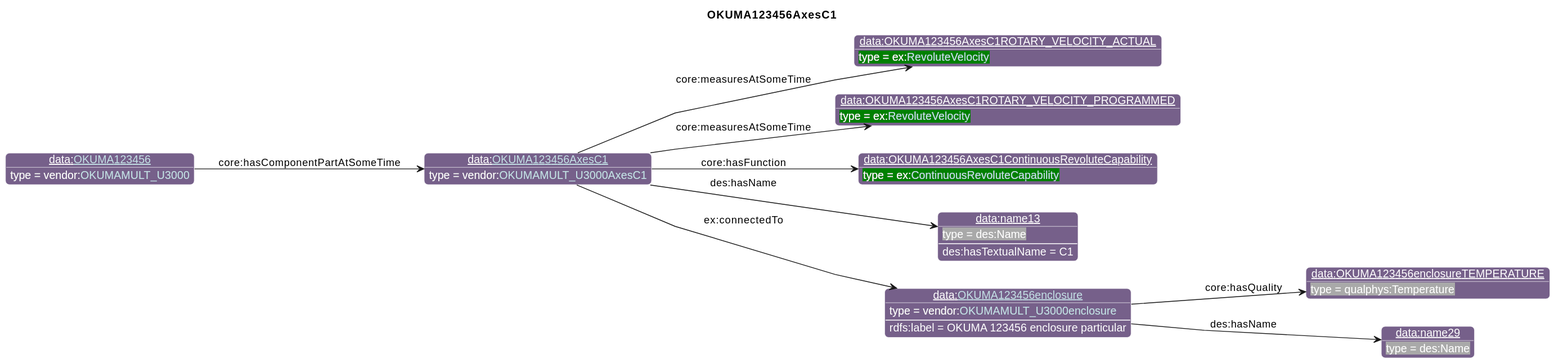
Earlier version of the PlantUML export diagrams/OKUMA123456AxesC1.svg (iofoundry/example-syseng-mtconnect).
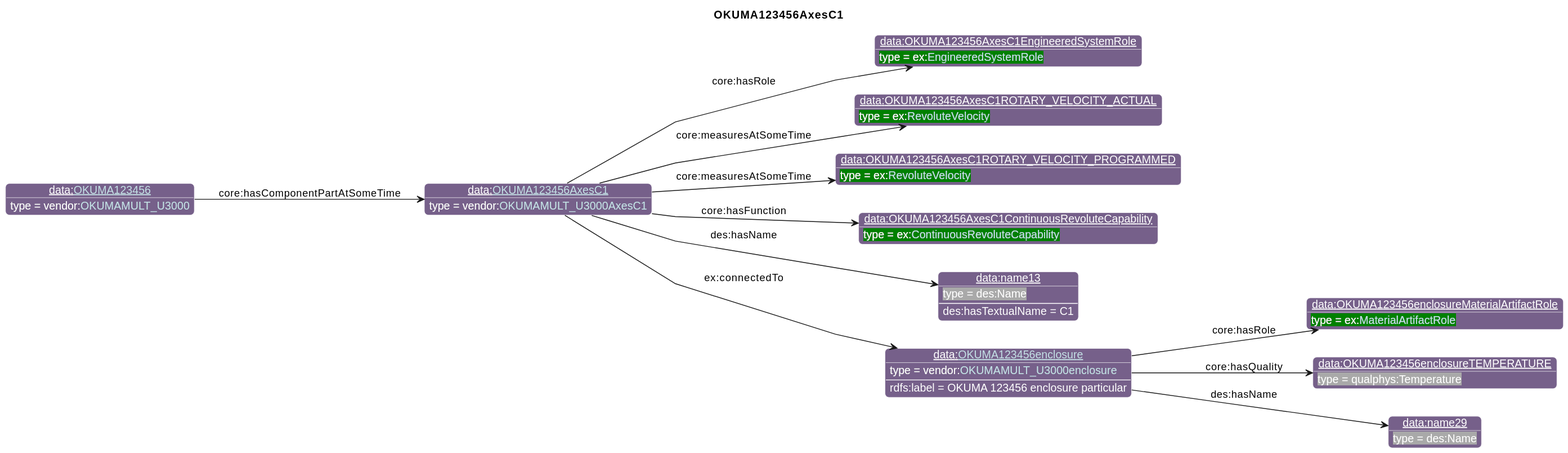
After the change.

Diff of the diagram source:
```diff
@@ -26,22 +26,26 @@
                       "qp":"641B2E"
       }
 individual(o0, data:[[./OKUMA123456AxesC1.html OKUMA123456AxesC1]], vendor:[[../OKUMA.html#OKUMAMULT_U3000AxesC1 OKUMAMULT_U3000AxesC1]])
-individual(o1, data:OKUMA123456AxesC1ROTARY_VELOCITY_ACTUAL, ex:[[../Example.html#RevoluteVelocity RevoluteVelocity]])
-individual(o2, data:OKUMA123456AxesC1ROTARY_VELOCITY_PROGRAMMED, ex:[[../Example.html#RevoluteVelocity RevoluteVelocity]])
-individual(o3, data:OKUMA123456AxesC1ContinuousRevoluteCapability, ex:[[../Example.html#ContinuousRevoluteCapability ContinuousRevoluteCapability]])
-individual(o4, data:name13, des:Name)
-individual(o5, data:[[./OKUMA123456enclosure.html OKUMA123456enclosure]], vendor:[[../OKUMA.html#OKUMAMULT_U3000enclosure OKUMAMULT_U3000enclosure]])
-individual(o6, data:OKUMA123456enclosureTEMPERATURE, qualphys:Temperature)
-individual(o7, data:name29, des:Name)
-individual(o8, data:[[./OKUMA123456.html OKUMA123456]], vendor:[[../OKUMA.html#OKUMAMULT_U3000 OKUMAMULT_U3000]])
-property(o0, "core:measuresAtSomeTime", o1)
+individual(o1, data:OKUMA123456AxesC1EngineeredSystemRole, ex:[[../Example.html#EngineeredSystemRole EngineeredSystemRole]])
+individual(o2, data:OKUMA123456AxesC1ROTARY_VELOCITY_ACTUAL, ex:[[../Example.html#RevoluteVelocity RevoluteVelocity]])
+individual(o3, data:OKUMA123456AxesC1ROTARY_VELOCITY_PROGRAMMED, ex:[[../Example.html#RevoluteVelocity RevoluteVelocity]])
+individual(o4, data:OKUMA123456AxesC1ContinuousRevoluteCapability, ex:[[../Example.html#ContinuousRevoluteCapability ContinuousRevoluteCapability]])
+individual(o5, data:name13, des:Name)
+individual(o6, data:[[./OKUMA123456enclosure.html OKUMA123456enclosure]], vendor:[[../OKUMA.html#OKUMAMULT_U3000enclosure OKUMAMULT_U3000enclosure]])
+individual(o7, data:OKUMA123456enclosureMaterialArtifactRole, ex:[[../Example.html#MaterialArtifactRole MaterialArtifactRole]])
+individual(o8, data:OKUMA123456enclosureTEMPERATURE, qualphys:Temperature)
+individual(o9, data:name29, des:Name)
+individual(o10, data:[[./OKUMA123456.html OKUMA123456]], vendor:[[../OKUMA.html#OKUMAMULT_U3000 OKUMAMULT_U3000]])
+property(o0, "core:hasRole", o1)
 property(o0, "core:measuresAtSomeTime", o2)
-property(o0, "core:hasFunction", o3)
-property(o0, "des:hasName", o4)
-data(o4, "des:hasTextualName", "C1")
-property(o0, "ex:connectedTo", o5)
-data(o5, "rdfs:label", "OKUMA 123456 enclosure particular")
-property(o5, "core:hasQuality", o6)
-property(o5, "des:hasName", o7)
-property(o8, "core:hasComponentPartAtSomeTime", o0)
+property(o0, "core:measuresAtSomeTime", o3)
+property(o0, "core:hasFunction", o4)
+property(o0, "des:hasName", o5)
+data(o5, "des:hasTextualName", "C1")
+property(o0, "ex:connectedTo", o6)
+data(o6, "rdfs:label", "OKUMA 123456 enclosure particular")
+property(o6, "core:hasRole", o7)
+property(o6, "core:hasQuality", o8)
+property(o6, "des:hasName", o9)
+property(o10, "core:hasComponentPartAtSomeTime", o0)
 @enduml
```
